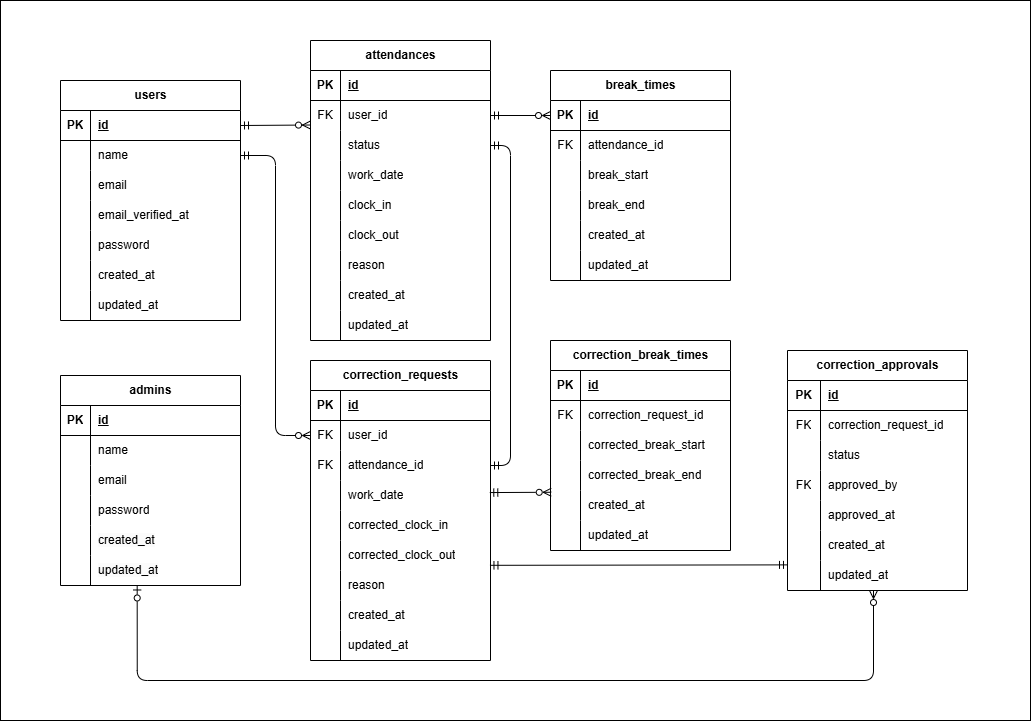
The draw.io diagram index.drawio.png in murata-am/attendance, before a commit. Source tidied: cells renumbered, new cells last; positions are measured from the earlier drawing's top-left corner, leaving out a move shared by most shapes.
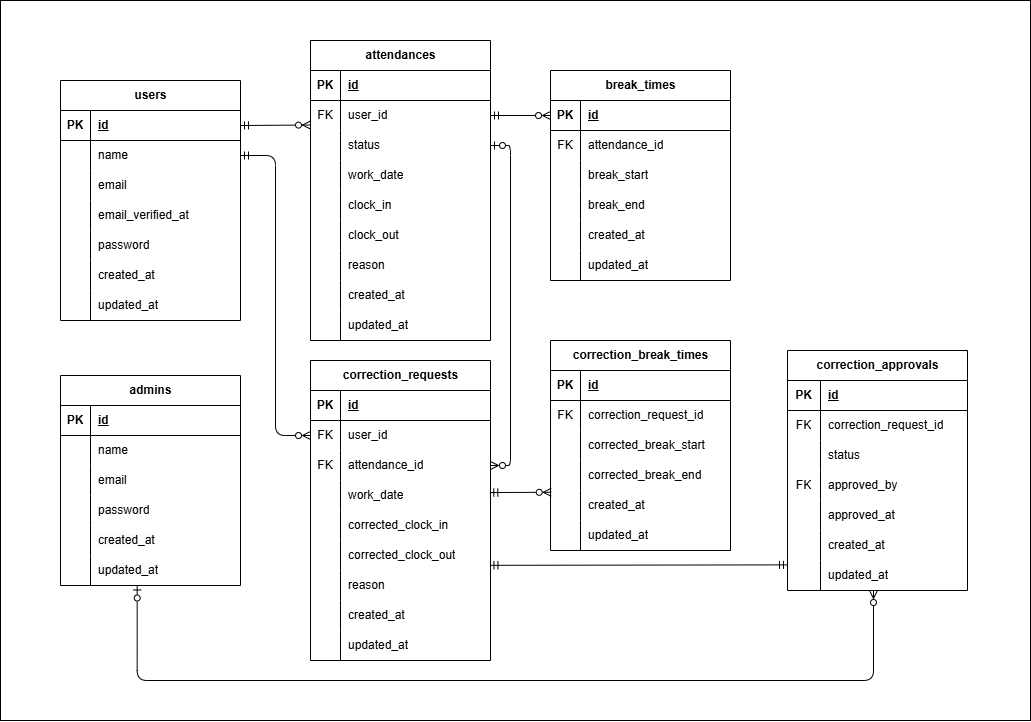
The same file after the commit.

What changed in the source:
```diff
@@ -425,7 +425,7 @@
     <mxCell id="142" style="edgeStyle=none;html=1;exitX=1;exitY=0.5;exitDx=0;exitDy=0;startArrow=ERmandOne;startFill=0;endArrow=ERzeroToMany;endFill=0;entryX=0;entryY=0.5;entryDx=0;entryDy=0;" parent="1" edge="1" source="29" target="54">
       <mxGeometry relative="1" as="geometry" />
     </mxCell>
-    <mxCell id="143" style="edgeStyle=orthogonalEdgeStyle;html=1;exitX=1;exitY=0.5;exitDx=0;exitDy=0;entryX=1;entryY=0.5;entryDx=0;entryDy=0;startArrow=ERmandOne;startFill=0;endArrow=ERmandOne;endFill=0;" parent="1" edge="1" source="32" target="79">
+    <mxCell id="143" style="edgeStyle=orthogonalEdgeStyle;html=1;exitX=1;exitY=0.5;exitDx=0;exitDy=0;entryX=1;entryY=0.5;entryDx=0;entryDy=0;startArrow=ERzeroToOne;startFill=0;endArrow=ERzeroToMany;endFill=0;" parent="1" edge="1" source="32" target="79">
       <mxGeometry relative="1" as="geometry">
         <Array as="points">
           <mxPoint x="510" y="145" />
```
